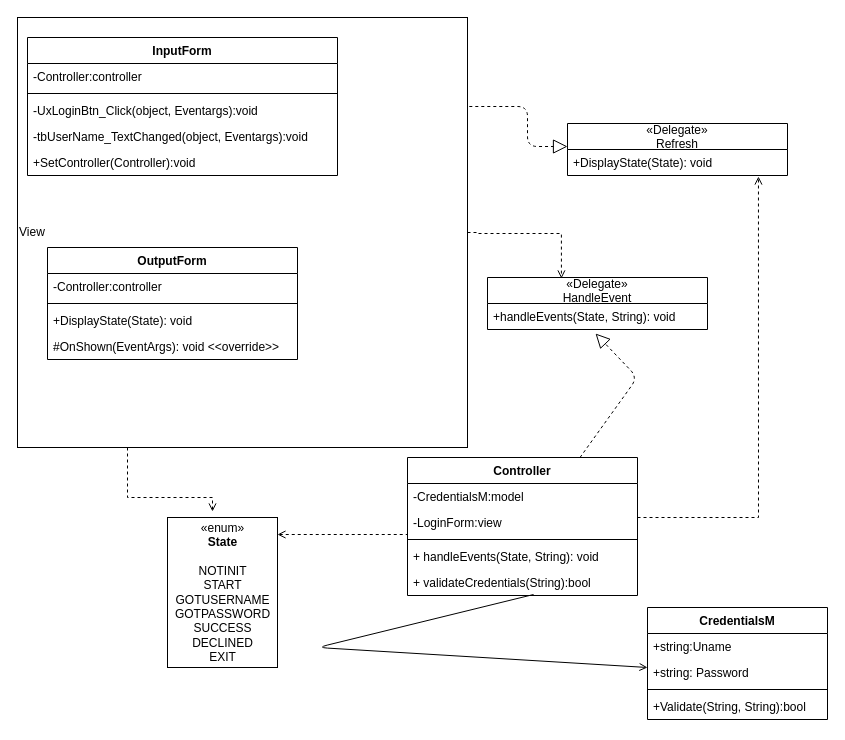
Before: page "With Delegates" (2 of 2) of Lab3-Caleb Rosebaugh.drawio in Rosebaugh/CS501, a draw.io diagram. Source tidied: cells renumbered, new cells numbered last; positions are measured from the earlier drawing's top-left corner, leaving out a move shared by most shapes. Both pictures are drawn from the tidied source at 100%, with x=0, y=0 at pixel (17, 17).
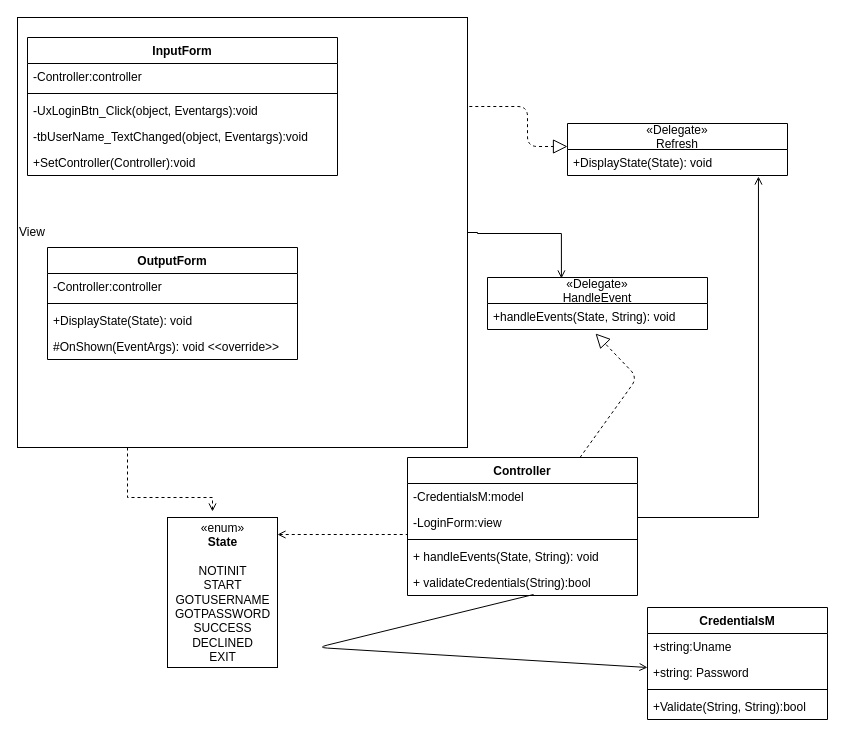
The same diagram, later.

Unchanged cells that the change refers to:
```xml
<mxCell id="2" value="View" style="html=1;align=left;" parent="1" vertex="1">
  <mxGeometry width="450" height="430" as="geometry" />
</mxCell>
<mxCell id="33" value="«Delegate»&#10;HandleEvent" style="swimlane;fontStyle=0;horizontal=1;startSize=26;fillColor=none;" parent="1" vertex="1">
  <mxGeometry x="470" y="260" width="220" height="52" as="geometry" />
</mxCell>
<mxCell id="36" value="+DisplayState(State): void" style="text;strokeColor=none;fillColor=none;align=left;verticalAlign=top;spacingLeft=4;spacingRight=4;overflow=hidden;points=[[0,0.5],[1,0.5]];portConstraint=eastwest;" parent="35" vertex="1">
  <mxGeometry y="26" width="220" height="26" as="geometry" />
</mxCell>
```

What changed in the source:
```diff
@@
-    <mxCell id="30" style="edgeStyle=orthogonalEdgeStyle;rounded=0;jettySize=auto;html=1;dashed=1;endArrow=open;endFill=0;startArrow=none;startFill=0;entryX=0.336;entryY=0.019;entryDx=0;entryDy=0;entryPerimeter=0;exitX=1;exitY=0.5;exitDx=0;exitDy=0;" parent="1" edge="1" source="2" target="33">
+    <mxCell id="30" style="edgeStyle=orthogonalEdgeStyle;rounded=0;jettySize=auto;html=1;endArrow=open;endFill=0;startArrow=none;startFill=0;entryX=0.336;entryY=0.019;entryDx=0;entryDy=0;entryPerimeter=0;exitX=1;exitY=0.5;exitDx=0;exitDy=0;" parent="1" edge="1" source="2" target="33">
       <mxGeometry relative="1" as="geometry">
         <Array as="points">
           <mxPoint x="460" y="215" />
           <mxPoint x="460" y="216" />
           <mxPoint x="544" y="216" />
         </Array>
       </mxGeometry>
     </mxCell>
-    <mxCell id="31" style="edgeStyle=orthogonalEdgeStyle;rounded=0;jettySize=auto;html=1;dashed=1;endArrow=open;endFill=0;startArrow=none;startFill=0;entryX=0.868;entryY=1.038;entryDx=0;entryDy=0;entryPerimeter=0;" parent="1" edge="1" target="36">
+    <mxCell id="31" style="edgeStyle=orthogonalEdgeStyle;rounded=0;jettySize=auto;html=1;endArrow=open;endFill=0;startArrow=none;startFill=0;entryX=0.868;entryY=1.038;entryDx=0;entryDy=0;entryPerimeter=0;" parent="1" edge="1" target="36">
       <mxGeometry relative="1" as="geometry">
         <mxPoint x="620" y="500" as="sourcePoint" />
         <Array as="points">
           <mxPoint x="741" y="500" />
         </Array>
       </mxGeometry>
     </mxCell>
```
